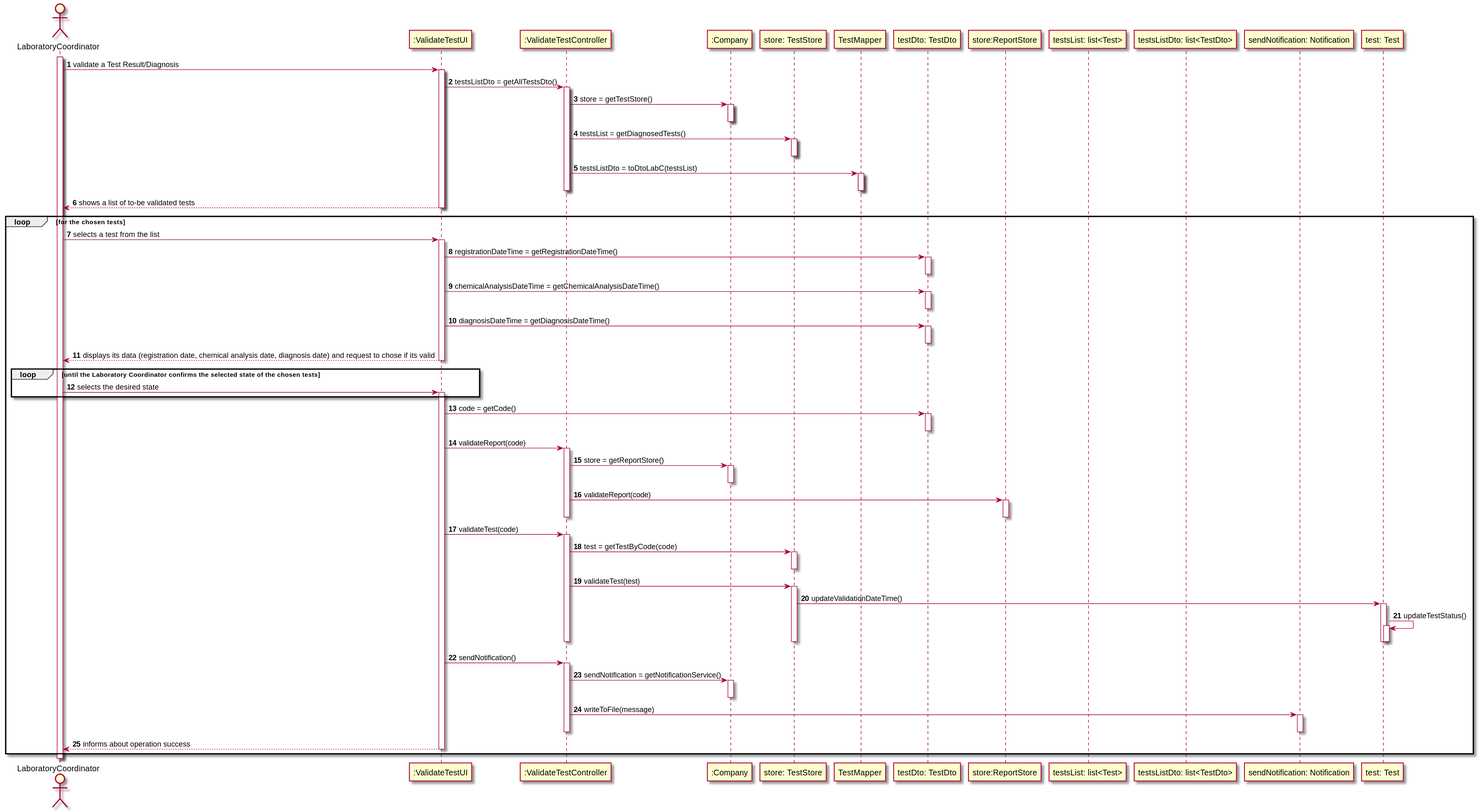
0franciscor/lei-21-s2-1de-g19 keeps this PlantUML diagram as docs/SprintC/US15/US15-SD.svg. Above is the earlier version. Source of this version:
```plantuml
@startuml
autonumber

actor "LaboratoryCoordinator" as labC
activate labC

participant ":ValidateTestUI" as validateTestUI
participant ":ValidateTestController" as validateTestCont
participant ":Company" as comp
participant "store: TestStore" as TestStore
participant "TestMapper" as TestMapper
participant "testDto: TestDto" as TestDto
participant "store:ReportStore" as ReportStore
participant "testsList: list<Test>" as testsList
participant "testsListDto: list<TestDto>" as testsListDto
participant "sendNotification: Notification" as notification
participant "test: Test" as test


labC -> validateTestUI : validate a Test Result/Diagnosis


activate validateTestUI
validateTestUI -> validateTestCont: testsListDto = getAllTestsDto()


activate validateTestCont


validateTestCont -> comp : store = getTestStore()
activate comp
deactivate comp


validateTestCont -> TestStore : testsList = getDiagnosedTests()
activate TestStore
deactivate TestStore


validateTestCont -> TestMapper : testsListDto = toDtoLabC(testsList)
activate TestMapper
deactivate TestMapper


deactivate validateTestCont


validateTestUI --> labC : shows a list of to-be validated tests
deactivate validateTestUI


loop for the chosen tests
labC -> validateTestUI : selects a test from the list
activate validateTestUI


validateTestUI -> TestDto : registrationDateTime = getRegistrationDateTime()
activate TestDto
deactivate TestDto


validateTestUI -> TestDto : chemicalAnalysisDateTime = getChemicalAnalysisDateTime()
activate TestDto
deactivate TestDto


validateTestUI -> TestDto : diagnosisDateTime = getDiagnosisDateTime()
activate TestDto
deactivate TestDto


validateTestUI --> labC : displays its data (registration date, chemical analysis date, diagnosis date) and request to chose if its valid
deactivate validateTestUI


deactivate validateTestUI


loop until the Laboratory Coordinator confirms the selected state of the chosen tests
labC -> validateTestUI : selects the desired state
activate validateTestUI


end


validateTestUI -> TestDto : code = getCode()
activate TestDto
deactivate TestDto


validateTestUI -> validateTestCont : validateReport(code)



activate validateTestCont
validateTestCont -> comp: store = getReportStore()
activate comp
deactivate comp


validateTestCont -> ReportStore : validateReport(code)
activate ReportStore
deactivate ReportStore
deactivate validateTestCont

validateTestUI -> validateTestCont : validateTest(code)
activate validateTestCont


validateTestCont -> TestStore : test = getTestByCode(code)

activate TestStore
deactivate TestStore

validateTestCont -> TestStore : validateTest(test)
activate TestStore


TestStore -> test ++: updateValidationDateTime()


test -> test ++: updateTestStatus()
deactivate test
deactivate test
deactivate TestStore
deactivate validateTestCont

validateTestUI -> validateTestCont : sendNotification()
activate validateTestCont


validateTestCont -> comp: sendNotification = getNotificationService()
activate comp
deactivate comp


validateTestCont -> notification: writeToFile(message)
activate notification
deactivate notification
deactivate validateTestCont


validateTestUI --> labC : informs about operation success
deactivate validateTestCont
deactivate validateTestUI

end
@enduml
```
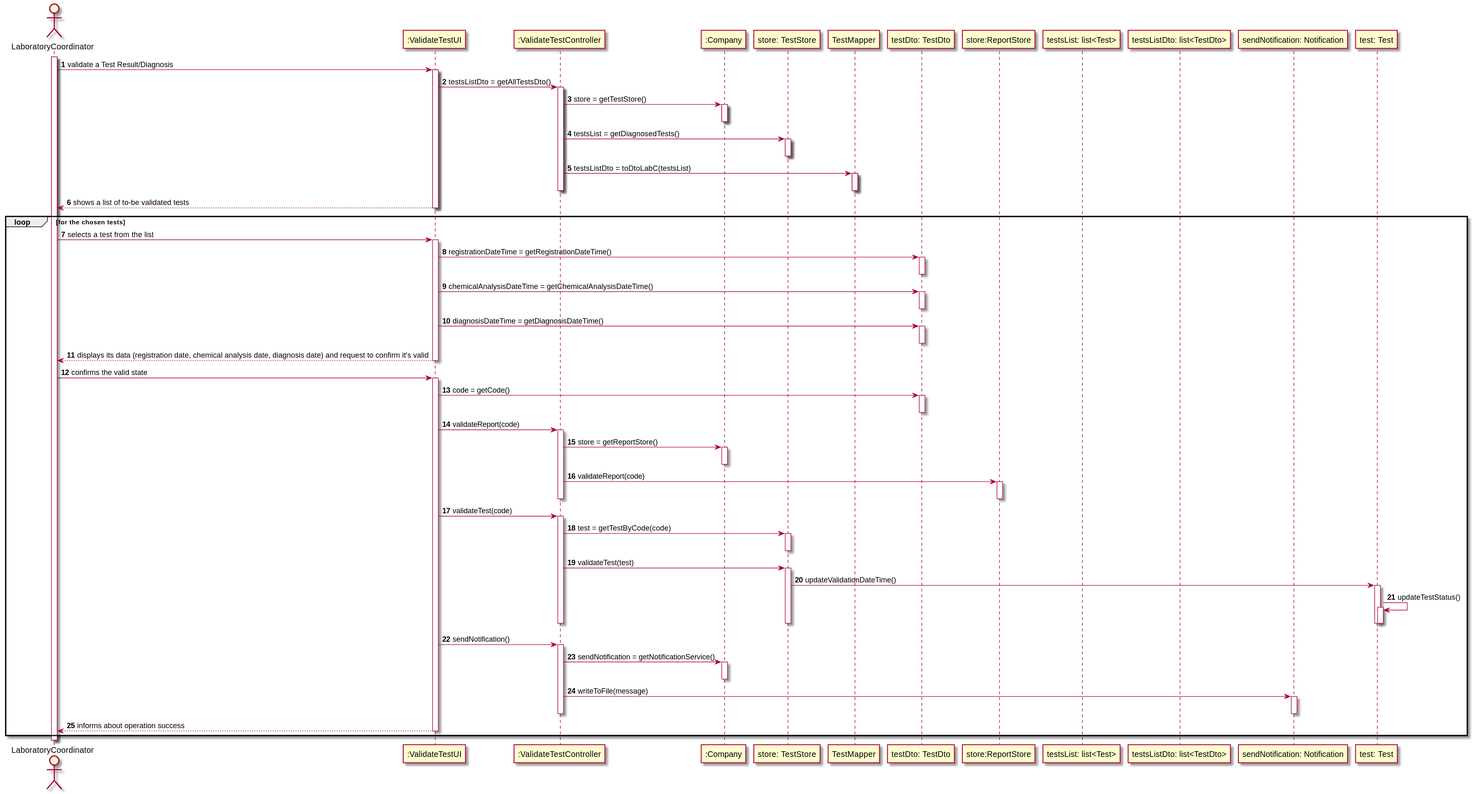
Later version of the same file.

The edit, as a diff of the source:
```diff
@@ -69,19 +69,15 @@
 deactivate TestDto
 
 
-validateTestUI --> labC : displays its data (registration date, chemical analysis date, diagnosis date) and request to chose if its valid
+validateTestUI --> labC : displays its data (registration date, chemical analysis date, diagnosis date) and request to confirm it's valid
 deactivate validateTestUI
 
 
 deactivate validateTestUI
 
 
-loop until the Laboratory Coordinator confirms the selected state of the chosen tests
-labC -> validateTestUI : selects the desired state
+labC -> validateTestUI : confirms the valid state
 activate validateTestUI
-
-
-end
 
 
 validateTestUI -> TestDto : code = getCode()
```
